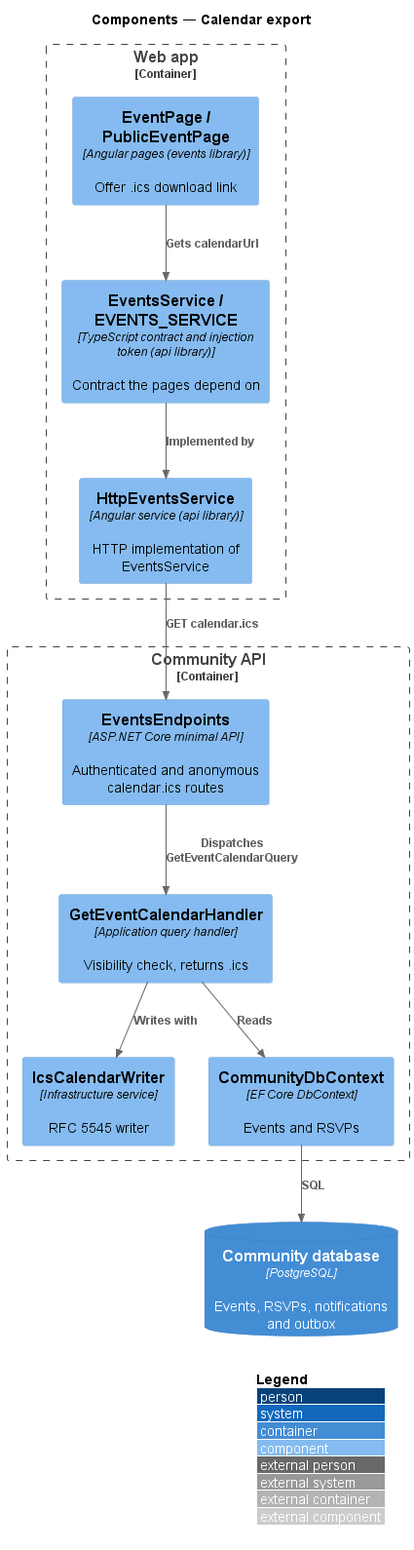
The PlantUML diagram docs/detailed-designs/events/calendar-export/diagrams/c4-component.png in QuinntyneBrown/faithtech-community, before a commit. Its diagram source:
```plantuml
@startuml
!include <C4/C4_Component>
LAYOUT_WITH_LEGEND()
title Components — Calendar export

Container_Boundary(spa, "Web app") {
  Component(page, "EventPage / PublicEventPage", "Angular pages (events library)", "Offer .ics download link")
  Component(svc, "EventsService / EVENTS_SERVICE", "TypeScript contract and injection token (api library)", "Contract the pages depend on")
  Component(http, "HttpEventsService", "Angular service (api library)", "HTTP implementation of EventsService")
}
Container_Boundary(api, "Community API") {
  Component(ep, "EventsEndpoints", "ASP.NET Core minimal API", "Authenticated and anonymous calendar.ics routes")
  Component(h, "GetEventCalendarHandler", "Application query handler", "Visibility check, returns .ics")
  Component(ics, "IcsCalendarWriter", "Infrastructure service", "RFC 5545 writer")
  Component(ctx, "CommunityDbContext", "EF Core DbContext", "Events and RSVPs")
}
ContainerDb(db, "Community database", "PostgreSQL", "Events, RSVPs, notifications and outbox")
Rel(page, svc, "Gets calendarUrl")
Rel(svc, http, "Implemented by")
Rel(http, ep, "GET calendar.ics")
Rel(ep, h, "Dispatches GetEventCalendarQuery")
Rel(h, ics, "Writes with")
Rel(h, ctx, "Reads")
Rel(ctx, db, "SQL")
@enduml
```
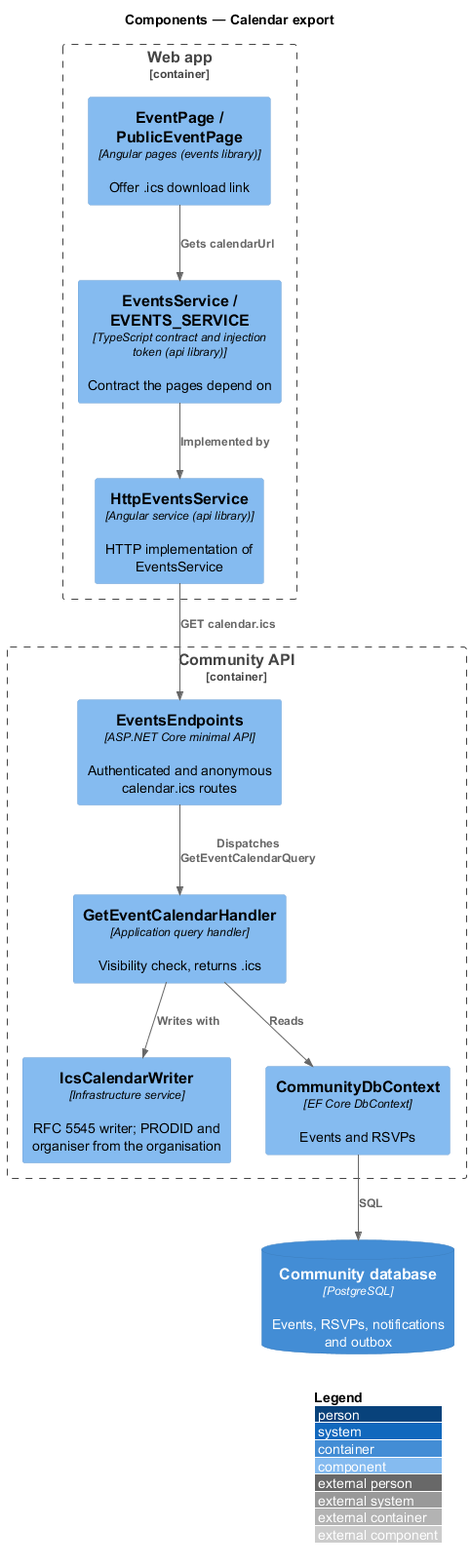
Later version of the same file.

The edit, as a diff of the source:
```diff
@@ -11,7 +11,7 @@
 Container_Boundary(api, "Community API") {
   Component(ep, "EventsEndpoints", "ASP.NET Core minimal API", "Authenticated and anonymous calendar.ics routes")
   Component(h, "GetEventCalendarHandler", "Application query handler", "Visibility check, returns .ics")
-  Component(ics, "IcsCalendarWriter", "Infrastructure service", "RFC 5545 writer")
+  Component(ics, "IcsCalendarWriter", "Infrastructure service", "RFC 5545 writer; PRODID and organiser from the organisation")
   Component(ctx, "CommunityDbContext", "EF Core DbContext", "Events and RSVPs")
 }
 ContainerDb(db, "Community database", "PostgreSQL", "Events, RSVPs, notifications and outbox")
```
